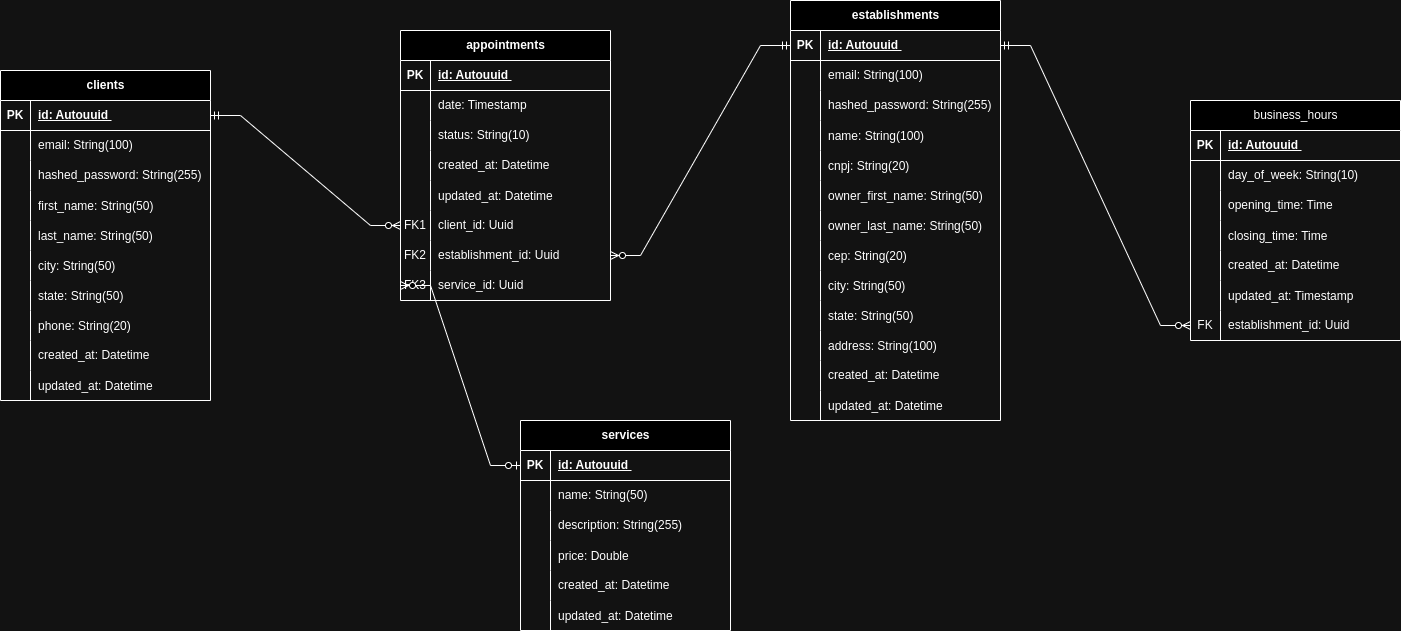
The draw.io diagram docs/img/barberease-banco-de-dados.png in ICEI-PUC-Minas-PMV-ADS/pmv-ads-2024-1-e2-proj-int-t9-pmv-ads-2024-1-e2-proj-barberease, before a commit. Source tidied: cells renumbered, new cells last; positions are measured from the earlier drawing's top-left corner, leaving out a move shared by most shapes.
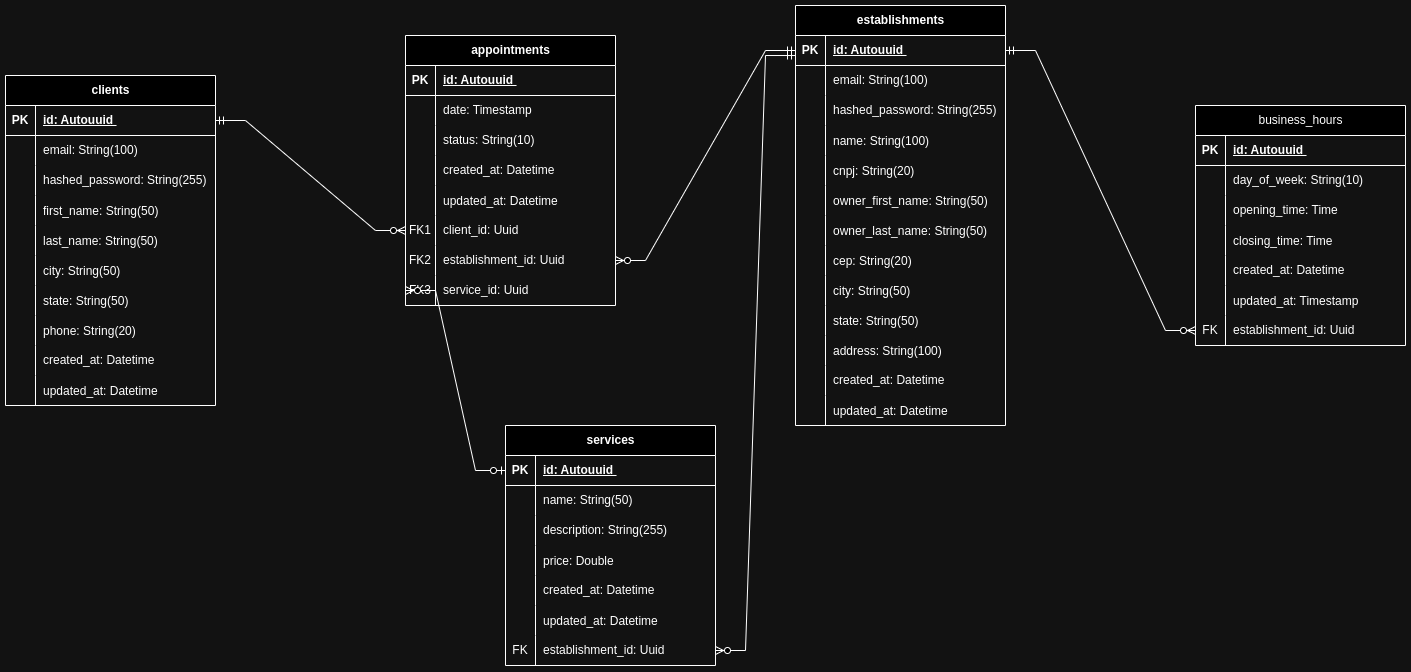
After the commit.

The edit, as a diff of the source:
```diff
@@ -291,7 +291,7 @@
       <mxGeometry x="30" width="180" height="30" as="geometry" />
     </mxCell>
     <mxCell id="98" value="services" style="shape=table;startSize=30;rowLines=0;fontStyle=1;align=center;html=1;" parent="1" vertex="1">
-      <mxGeometry x="520" y="420" width="210" height="210" as="geometry" />
+      <mxGeometry x="500" y="420" width="210" height="240" as="geometry" />
     </mxCell>
     <mxCell id="99" style="shape=tableRow;horizontal=0;startSize=0;swimlaneHead=0;swimlaneBody=0;fillColor=none;points=[[0,0.5],[1,0.5]];portConstraint=eastwest;top=0;left=0;right=0;bottom=1;" parent="98" vertex="1">
       <mxGeometry y="30" width="210" height="30" as="geometry" />
@@ -347,6 +347,15 @@
     <mxCell id="116" value="updated_at: Datetime" style="shape=partialRectangle;fillColor=none;top=0;left=0;bottom=0;right=0;align=left;spacingLeft=6;overflow=hidden;" parent="114" vertex="1">
       <mxGeometry x="30" width="180" height="30" as="geometry" />
     </mxCell>
+    <mxCell id="143" style="shape=tableRow;horizontal=0;startSize=0;swimlaneHead=0;swimlaneBody=0;fillColor=none;points=[[0,0.5],[1,0.5]];portConstraint=eastwest;top=0;left=0;right=0;bottom=0;" parent="98" vertex="1">
+      <mxGeometry y="210" width="210" height="30" as="geometry" />
+    </mxCell>
+    <mxCell id="144" value="FK" style="shape=partialRectangle;fillColor=none;top=0;left=0;bottom=0;right=0;fontStyle=0;overflow=hidden;whiteSpace=wrap;html=1;" parent="143" vertex="1">
+      <mxGeometry width="30" height="30" as="geometry" />
+    </mxCell>
+    <mxCell id="145" value="establishment_id: Uuid" style="shape=partialRectangle;fillColor=none;top=0;left=0;bottom=0;right=0;align=left;spacingLeft=6;fontStyle=0;overflow=hidden;whiteSpace=wrap;html=1;" parent="143" vertex="1">
+      <mxGeometry x="30" width="180" height="30" as="geometry" />
+    </mxCell>
     <mxCell id="117" value="&lt;span style=&quot;font-weight: 400; text-align: left;&quot;&gt;business_hours&lt;/span&gt;" style="shape=table;startSize=30;rowLines=0;fontStyle=1;align=center;html=1;" parent="1" vertex="1">
       <mxGeometry x="1190" y="100" width="210" height="240" as="geometry" />
     </mxCell>
@@ -425,5 +434,8 @@
     <mxCell id="142" style="edgeStyle=entityRelationEdgeStyle;fontSize=12;html=1;endArrow=ERzeroToMany;startArrow=ERmandOne;rounded=0;exitX=1;exitY=0.5;exitDx=0;exitDy=0;entryX=0;entryY=0.5;entryDx=0;entryDy=0;" parent="1" edge="1" source="34" target="136">
       <mxGeometry relative="1" as="geometry" />
     </mxCell>
+    <mxCell id="146" style="edgeStyle=entityRelationEdgeStyle;fontSize=12;html=1;endArrow=ERzeroToMany;startArrow=ERmandOne;rounded=0;exitX=0;exitY=0.667;exitDx=0;exitDy=0;entryX=1;entryY=0.5;entryDx=0;entryDy=0;exitPerimeter=0;" parent="1" edge="1" source="34" target="143">
+      <mxGeometry relative="1" as="geometry" />
+    </mxCell>
   </root>
 </mxGraphModel>
```
